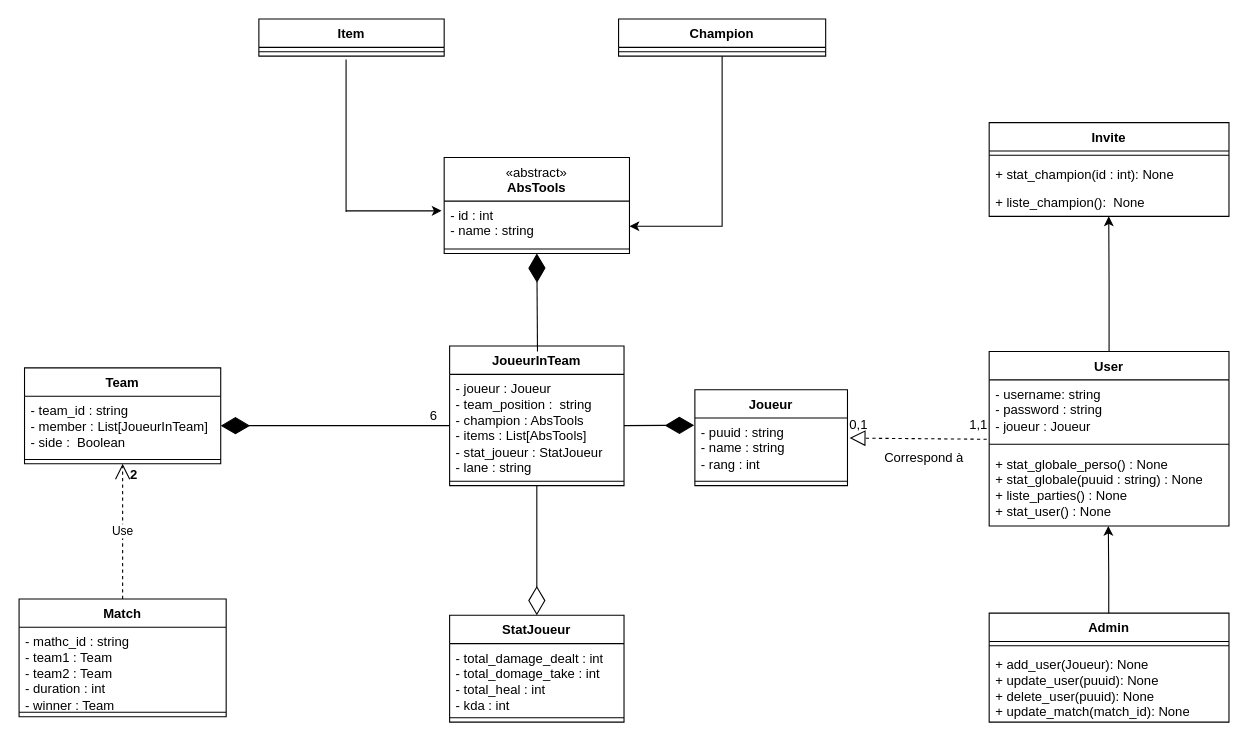
Niyo-D-JC/HelpWork keeps this draw.io diagram as Image Prod/League of legends.drawio. Above is the earlier version. Source tidied: cells renumbered, new cells numbered last; positions are measured from the earlier drawing's top-left corner, leaving out a move shared by most shapes. Both pictures are drawn from the tidied source at 109%, with x=0, y=0 at pixel (19, 19).
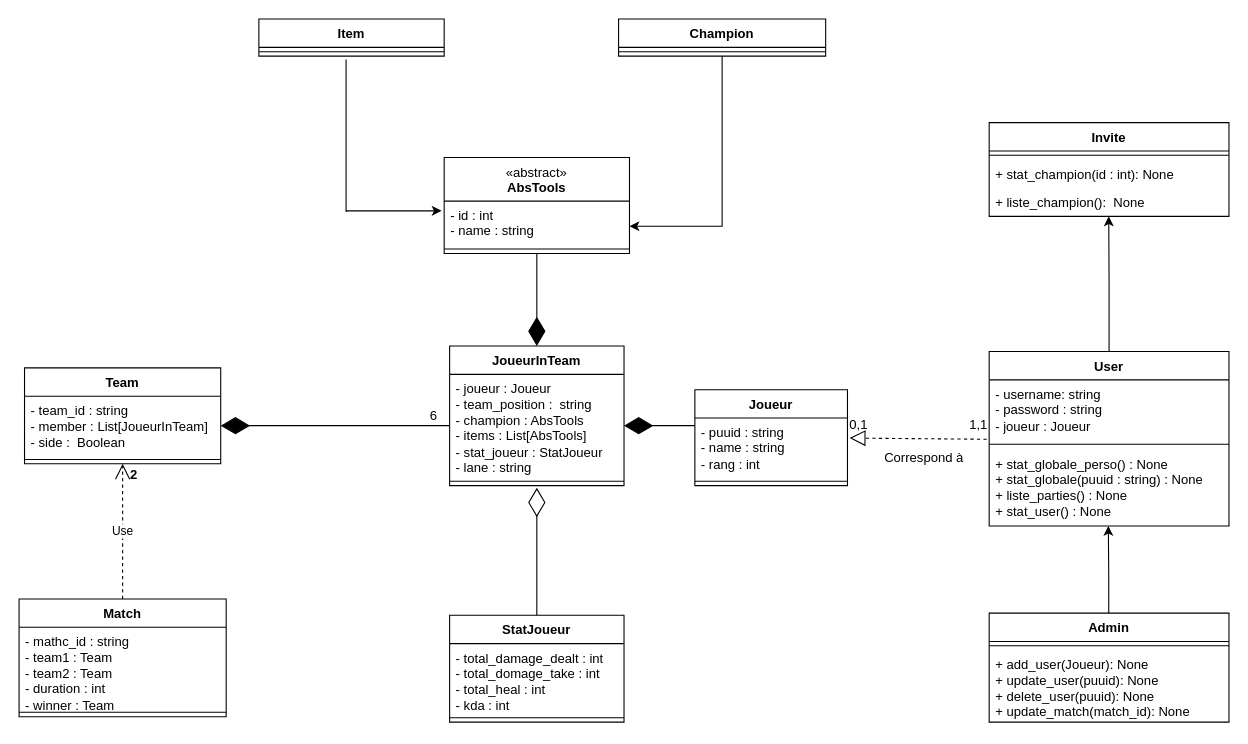
After the change.

Commit message:
Mettre à jour League of legends.drawio

The change refers to these unchanged cells:
```xml
<mxCell id="2" value="StatJoueur" style="swimlane;fontStyle=1;align=center;verticalAlign=top;horizontal=1;startSize=26;whiteSpace=wrap;html=1;" parent="1" vertex="1">
  <mxGeometry x="395" y="547" width="160" height="98" as="geometry" />
</mxCell>
<mxCell id="6" value="- puuid : string&lt;br&gt;- name : string&lt;span style=&quot;white-space: pre;&quot;&gt;&#9;&lt;/span&gt;&lt;br&gt;- rang : int" style="text;strokeColor=none;fillColor=none;align=left;verticalAlign=top;spacingLeft=4;spacingRight=4;overflow=hidden;points=[[0,0.5],[1,0.5]];portConstraint=eastwest;whiteSpace=wrap;html=1;" parent="5" vertex="1">
  <mxGeometry y="26" width="140" height="54" as="geometry" />
</mxCell>
<mxCell id="12" value="JoueurInTeam" style="swimlane;fontStyle=1;align=center;verticalAlign=top;horizontal=1;startSize=26;whiteSpace=wrap;html=1;" parent="1" vertex="1">
  <mxGeometry x="395" y="300" width="160" height="128" as="geometry" />
</mxCell>
<mxCell id="13" value="- joueur : Joueur&lt;br&gt;- team_position :&amp;nbsp; string&lt;br&gt;- champion : AbsTools&lt;br&gt;- items : List[AbsTools]&lt;br&gt;- stat_joueur : StatJoueur&lt;br&gt;- lane : string" style="text;strokeColor=none;fillColor=none;align=left;verticalAlign=top;spacingLeft=4;spacingRight=4;overflow=hidden;points=[[0,0.5],[1,0.5]];portConstraint=eastwest;whiteSpace=wrap;html=1;" parent="12" vertex="1">
  <mxGeometry y="26" width="160" height="94" as="geometry" />
</mxCell>
<mxCell id="30" value="&lt;span style=&quot;font-weight: normal;&quot;&gt;«abstract»&lt;br style=&quot;border-color: var(--border-color);&quot;&gt;&lt;/span&gt;AbsTools" style="swimlane;fontStyle=1;align=center;verticalAlign=top;horizontal=1;startSize=40;whiteSpace=wrap;html=1;" parent="1" vertex="1">
  <mxGeometry x="390" y="127" width="170" height="88" as="geometry" />
</mxCell>
```

Change to the diagram source:
```diff
@@
-    <mxCell id="24" style="endArrow=diamondThin;endFill=1;endSize=24;html=1;rounded=0;entryX=-0.005;entryY=0.123;entryDx=0;entryDy=0;entryPerimeter=0;exitX=1;exitY=0.5;exitDx=0;exitDy=0;" parent="1" edge="1" source="13" target="6">
-      <mxGeometry relative="1" as="geometry" />
-    </mxCell>
@@
-    <mxCell id="26" style="endArrow=diamondThin;endFill=1;endSize=24;html=1;rounded=0;exitX=0.5;exitY=0;exitDx=0;exitDy=0;entryX=0.5;entryY=1;entryDx=0;entryDy=0;" parent="1" edge="1">
+    <mxCell id="26" style="endArrow=diamondThin;endFill=1;endSize=24;html=1;rounded=0;exitX=0.5;exitY=1;exitDx=0;exitDy=0;" parent="1" edge="1" source="30">
       <mxGeometry relative="1" as="geometry">
-        <mxPoint x="475.6" y="305" as="sourcePoint" />
-        <mxPoint x="475" y="215" as="targetPoint" />
+        <mxPoint x="475" y="300" as="targetPoint" />
       </mxGeometry>
     </mxCell>
-    <mxCell id="27" style="endArrow=diamondThin;endFill=0;endSize=24;html=1;rounded=0;entryX=0.5;entryY=0;entryDx=0;entryDy=0;exitX=0.5;exitY=1;exitDx=0;exitDy=0;" parent="1" edge="1" source="12" target="2">
-      <mxGeometry relative="1" as="geometry" />
+    <mxCell id="27" style="endArrow=diamondThin;endFill=0;endSize=24;html=1;rounded=0;exitX=0.5;exitY=0;exitDx=0;exitDy=0;" parent="1" edge="1" source="2">
+      <mxGeometry relative="1" as="geometry">
+        <mxPoint x="475" y="430" as="targetPoint" />
+      </mxGeometry>
     </mxCell>
@@
+    <mxCell id="24" style="endArrow=diamondThin;endFill=1;endSize=24;html=1;rounded=0;entryX=1;entryY=0.5;entryDx=0;entryDy=0;" parent="1" edge="1" target="13">
+      <mxGeometry relative="1" as="geometry">
+        <mxPoint x="620" y="373" as="sourcePoint" />
+      </mxGeometry>
+    </mxCell>
```
